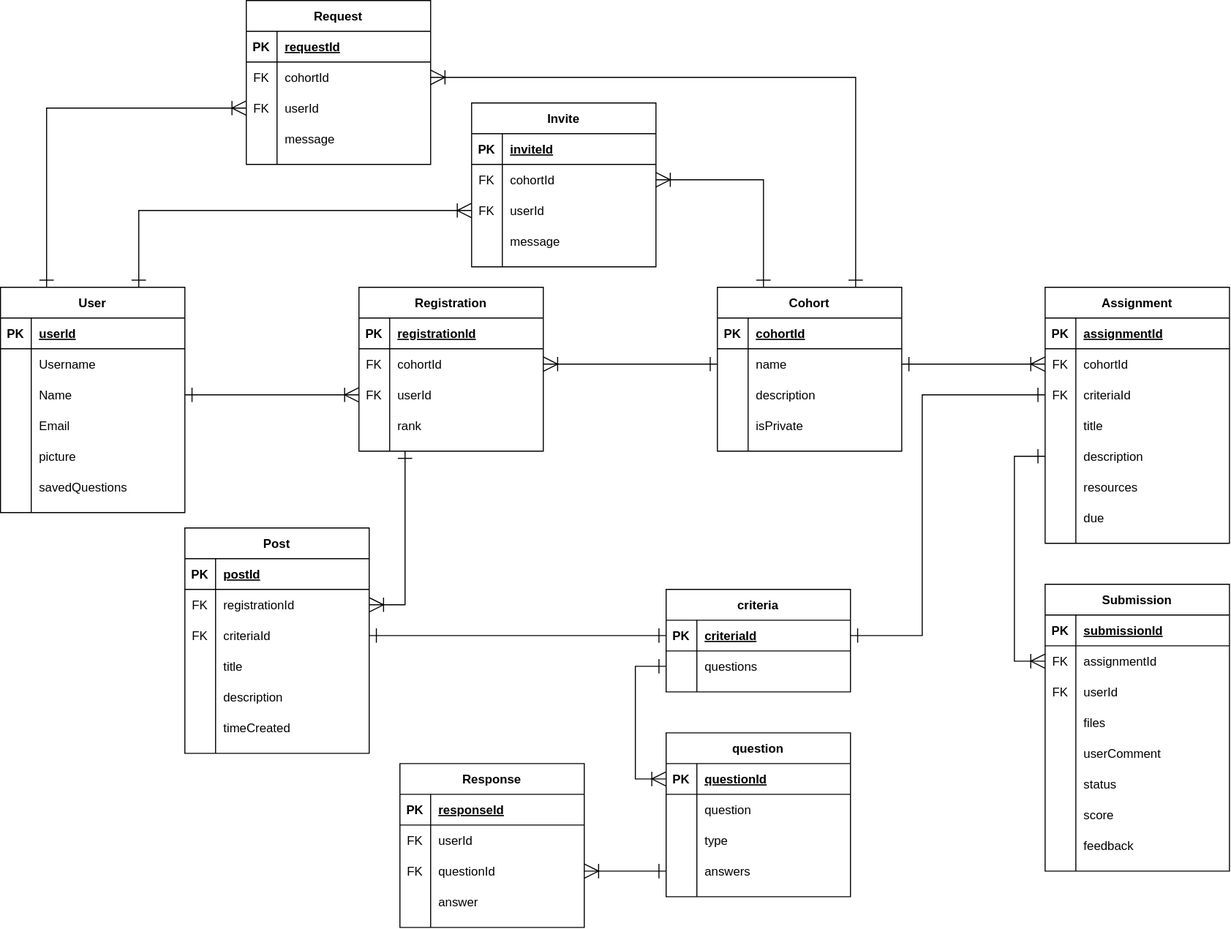
Above: docs/images/DB_v2.svg in UP940148/peer-review-system (draw.io), before the change. Source tidied: cells renumbered, new cells last; positions are measured from the earlier drawing's top-left corner, leaving out a move shared by most shapes.
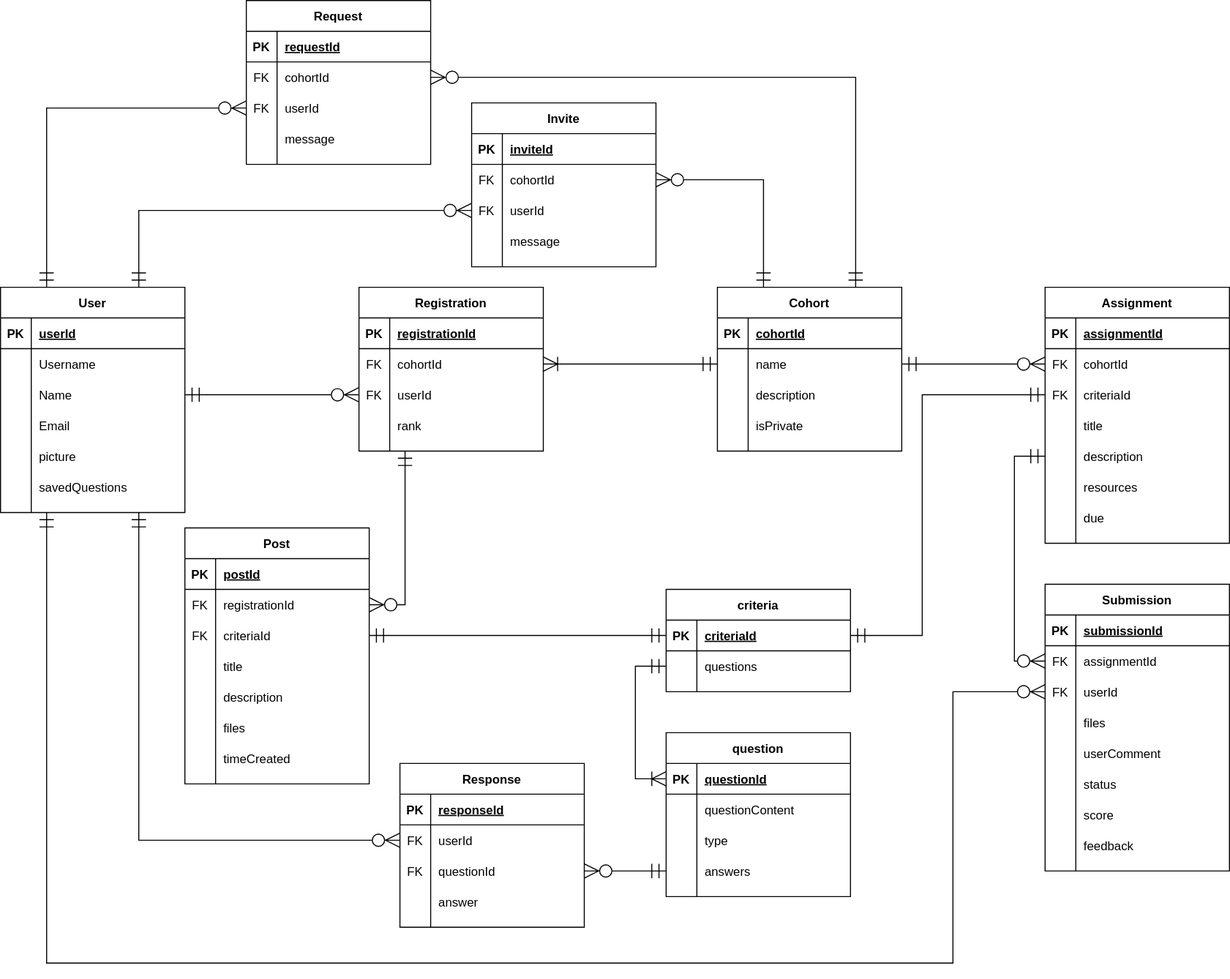
The same file after the commit.

What changed in the source:
```diff
@@ -99,7 +99,7 @@
       <mxGeometry x="30" width="150" height="30" as="geometry" />
     </mxCell>
     <mxCell id="34" value="Post" style="shape=table;startSize=30;rowLines=0;fontStyle=1;align=center;" parent="1" vertex="1">
-      <mxGeometry x="180" y="515" width="180" height="220" as="geometry" />
+      <mxGeometry x="180" y="515" width="180" height="250" as="geometry" />
     </mxCell>
     <mxCell id="35" style="shape=partialRectangle;fillColor=none;top=0;left=0;bottom=1;right=0;" parent="34" vertex="1">
       <mxGeometry y="30" width="180" height="30" as="geometry" />
@@ -146,8 +146,17 @@
     <mxCell id="49" value="description" style="shape=partialRectangle;fillColor=none;top=0;left=0;bottom=0;right=0;align=left;spacingLeft=6;overflow=hidden;" parent="47" vertex="1">
       <mxGeometry x="30" width="150" height="30" as="geometry" />
     </mxCell>
+    <mxCell id="185" style="shape=partialRectangle;fillColor=none;top=0;left=0;bottom=0;right=0;" parent="34" vertex="1">
+      <mxGeometry y="180" width="180" height="30" as="geometry" />
+    </mxCell>
+    <mxCell id="186" style="shape=partialRectangle;fillColor=none;top=0;left=0;bottom=0;right=0;overflow=hidden;" parent="185" vertex="1">
+      <mxGeometry width="30" height="30" as="geometry" />
+    </mxCell>
+    <mxCell id="187" value="files" style="shape=partialRectangle;fillColor=none;top=0;left=0;bottom=0;right=0;align=left;spacingLeft=6;overflow=hidden;" parent="185" vertex="1">
+      <mxGeometry x="30" width="150" height="30" as="geometry" />
+    </mxCell>
     <mxCell id="50" style="shape=partialRectangle;fillColor=none;top=0;left=0;bottom=0;right=0;" parent="34" vertex="1">
-      <mxGeometry y="180" width="180" height="30" as="geometry" />
+      <mxGeometry y="210" width="180" height="30" as="geometry" />
     </mxCell>
     <mxCell id="51" style="shape=partialRectangle;fillColor=none;top=0;left=0;bottom=0;right=0;overflow=hidden;" parent="50" vertex="1">
       <mxGeometry width="30" height="30" as="geometry" />
@@ -452,7 +461,7 @@
     <mxCell id="151" style="shape=partialRectangle;fillColor=none;top=0;left=0;bottom=0;right=0;overflow=hidden;" parent="150" vertex="1">
       <mxGeometry width="30" height="30" as="geometry" />
     </mxCell>
-    <mxCell id="152" value="question" style="shape=partialRectangle;fillColor=none;top=0;left=0;bottom=0;right=0;align=left;spacingLeft=6;overflow=hidden;" parent="150" vertex="1">
+    <mxCell id="152" value="questionContent" style="shape=partialRectangle;fillColor=none;top=0;left=0;bottom=0;right=0;align=left;spacingLeft=6;overflow=hidden;" parent="150" vertex="1">
       <mxGeometry x="30" width="150" height="30" as="geometry" />
     </mxCell>
     <mxCell id="153" style="shape=partialRectangle;fillColor=none;top=0;left=0;bottom=0;right=0;" parent="146" vertex="1">
@@ -512,43 +521,43 @@
     <mxCell id="171" value="answer" style="shape=partialRectangle;fillColor=none;top=0;left=0;bottom=0;right=0;align=left;spacingLeft=6;overflow=hidden;" parent="169" vertex="1">
       <mxGeometry x="30" width="150" height="30" as="geometry" />
     </mxCell>
-    <mxCell id="172" style="edgeStyle=orthogonalEdgeStyle;rounded=0;jettySize=auto;html=1;exitX=1;exitY=0.5;exitDx=0;exitDy=0;entryX=0;entryY=0.5;entryDx=0;entryDy=0;endArrow=ERone;endFill=0;startArrow=ERoneToMany;startFill=0;endSize=12;startSize=12;" parent="1" edge="1" source="79" target="25">
+    <mxCell id="172" style="edgeStyle=orthogonalEdgeStyle;rounded=0;jettySize=auto;html=1;exitX=1;exitY=0.5;exitDx=0;exitDy=0;entryX=0;entryY=0.5;entryDx=0;entryDy=0;endArrow=ERmandOne;endFill=0;startArrow=ERoneToMany;startFill=0;endSize=12;startSize=12;" parent="1" edge="1" source="79" target="25">
       <mxGeometry relative="1" as="geometry" />
     </mxCell>
-    <mxCell id="173" style="edgeStyle=orthogonalEdgeStyle;rounded=0;jettySize=auto;html=1;exitX=0;exitY=0.5;exitDx=0;exitDy=0;entryX=1;entryY=0.5;entryDx=0;entryDy=0;startArrow=ERoneToMany;startFill=0;endArrow=ERone;endFill=0;startSize=12;endSize=12;" parent="1" edge="1" source="82" target="9">
+    <mxCell id="173" style="edgeStyle=orthogonalEdgeStyle;rounded=0;jettySize=auto;html=1;exitX=0;exitY=0.5;exitDx=0;exitDy=0;entryX=1;entryY=0.5;entryDx=0;entryDy=0;startArrow=ERzeroToMany;startFill=1;endArrow=ERmandOne;endFill=0;startSize=12;endSize=12;" parent="1" edge="1" source="82" target="9">
       <mxGeometry relative="1" as="geometry" />
     </mxCell>
-    <mxCell id="174" style="edgeStyle=orthogonalEdgeStyle;rounded=0;jettySize=auto;html=1;exitX=0;exitY=0.5;exitDx=0;exitDy=0;entryX=1;entryY=0.5;entryDx=0;entryDy=0;startArrow=ERoneToMany;startFill=0;endArrow=ERone;endFill=0;startSize=12;endSize=12;" parent="1" edge="1" source="57" target="25">
+    <mxCell id="174" style="edgeStyle=orthogonalEdgeStyle;rounded=0;jettySize=auto;html=1;exitX=0;exitY=0.5;exitDx=0;exitDy=0;entryX=1;entryY=0.5;entryDx=0;entryDy=0;startArrow=ERzeroToMany;startFill=1;endArrow=ERmandOne;endFill=0;startSize=12;endSize=12;" parent="1" edge="1" source="57" target="25">
       <mxGeometry relative="1" as="geometry" />
     </mxCell>
-    <mxCell id="175" style="edgeStyle=orthogonalEdgeStyle;rounded=0;jettySize=auto;html=1;exitX=1;exitY=0.5;exitDx=0;exitDy=0;entryX=0.25;entryY=1;entryDx=0;entryDy=0;startArrow=ERoneToMany;startFill=0;endArrow=ERone;endFill=0;startSize=12;endSize=12;" parent="1" edge="1" source="38" target="75">
+    <mxCell id="175" style="edgeStyle=orthogonalEdgeStyle;rounded=0;jettySize=auto;html=1;exitX=1;exitY=0.5;exitDx=0;exitDy=0;entryX=0.25;entryY=1;entryDx=0;entryDy=0;startArrow=ERzeroToMany;startFill=1;endArrow=ERmandOne;endFill=0;startSize=12;endSize=12;" parent="1" edge="1" source="38" target="75">
       <mxGeometry relative="1" as="geometry" />
     </mxCell>
-    <mxCell id="176" style="edgeStyle=orthogonalEdgeStyle;rounded=0;jettySize=auto;html=1;exitX=0;exitY=0.5;exitDx=0;exitDy=0;entryX=0;entryY=0.5;entryDx=0;entryDy=0;startArrow=ERoneToMany;startFill=0;endArrow=ERone;endFill=0;startSize=12;endSize=12;" parent="1" edge="1" source="118" target="66">
+    <mxCell id="176" style="edgeStyle=orthogonalEdgeStyle;rounded=0;jettySize=auto;html=1;exitX=0;exitY=0.5;exitDx=0;exitDy=0;entryX=0;entryY=0.5;entryDx=0;entryDy=0;startArrow=ERzeroToMany;startFill=1;endArrow=ERmandOne;endFill=0;startSize=12;endSize=12;" parent="1" edge="1" source="118" target="66">
       <mxGeometry relative="1" as="geometry" />
     </mxCell>
-    <mxCell id="177" style="edgeStyle=orthogonalEdgeStyle;rounded=0;jettySize=auto;html=1;exitX=1;exitY=0.5;exitDx=0;exitDy=0;entryX=0.25;entryY=0;entryDx=0;entryDy=0;startArrow=ERoneToMany;startFill=0;endArrow=ERone;endFill=0;startSize=12;endSize=12;" parent="1" edge="1" source="105" target="21">
+    <mxCell id="177" style="edgeStyle=orthogonalEdgeStyle;rounded=0;jettySize=auto;html=1;exitX=1;exitY=0.5;exitDx=0;exitDy=0;entryX=0.25;entryY=0;entryDx=0;entryDy=0;startArrow=ERzeroToMany;startFill=1;endArrow=ERmandOne;endFill=0;startSize=12;endSize=12;" parent="1" edge="1" source="105" target="21">
       <mxGeometry relative="1" as="geometry" />
     </mxCell>
-    <mxCell id="178" style="edgeStyle=orthogonalEdgeStyle;rounded=0;jettySize=auto;html=1;exitX=0;exitY=0.5;exitDx=0;exitDy=0;entryX=0.75;entryY=0;entryDx=0;entryDy=0;startArrow=ERoneToMany;startFill=0;endArrow=ERone;endFill=0;startSize=12;endSize=12;" parent="1" edge="1" source="108" target="2">
+    <mxCell id="178" style="edgeStyle=orthogonalEdgeStyle;rounded=0;jettySize=auto;html=1;exitX=0;exitY=0.5;exitDx=0;exitDy=0;entryX=0.75;entryY=0;entryDx=0;entryDy=0;startArrow=ERzeroToMany;startFill=1;endArrow=ERmandOne;endFill=0;startSize=12;endSize=12;" parent="1" edge="1" source="108" target="2">
       <mxGeometry relative="1" as="geometry" />
     </mxCell>
-    <mxCell id="179" style="edgeStyle=orthogonalEdgeStyle;rounded=0;jettySize=auto;html=1;exitX=0;exitY=0.5;exitDx=0;exitDy=0;entryX=0.25;entryY=0;entryDx=0;entryDy=0;startArrow=ERoneToMany;startFill=0;endArrow=ERone;endFill=0;startSize=12;endSize=12;" parent="1" edge="1" source="95" target="2">
+    <mxCell id="179" style="edgeStyle=orthogonalEdgeStyle;rounded=0;jettySize=auto;html=1;exitX=0;exitY=0.5;exitDx=0;exitDy=0;entryX=0.25;entryY=0;entryDx=0;entryDy=0;startArrow=ERzeroToMany;startFill=1;endArrow=ERmandOne;endFill=0;startSize=12;endSize=12;" parent="1" edge="1" source="95" target="2">
       <mxGeometry relative="1" as="geometry" />
     </mxCell>
-    <mxCell id="180" style="edgeStyle=orthogonalEdgeStyle;rounded=0;jettySize=auto;html=1;exitX=1;exitY=0.5;exitDx=0;exitDy=0;entryX=0.75;entryY=0;entryDx=0;entryDy=0;startArrow=ERoneToMany;startFill=0;endArrow=ERone;endFill=0;startSize=12;endSize=12;" parent="1" edge="1" source="92" target="21">
+    <mxCell id="180" style="edgeStyle=orthogonalEdgeStyle;rounded=0;jettySize=auto;html=1;exitX=1;exitY=0.5;exitDx=0;exitDy=0;entryX=0.75;entryY=0;entryDx=0;entryDy=0;startArrow=ERzeroToMany;startFill=1;endArrow=ERmandOne;endFill=0;startSize=12;endSize=12;" parent="1" edge="1" source="92" target="21">
       <mxGeometry relative="1" as="geometry" />
     </mxCell>
-    <mxCell id="181" style="edgeStyle=orthogonalEdgeStyle;rounded=0;jettySize=auto;html=1;exitX=1;exitY=0.5;exitDx=0;exitDy=0;entryX=0;entryY=0.5;entryDx=0;entryDy=0;startArrow=ERoneToMany;startFill=0;endArrow=ERone;endFill=0;startSize=12;endSize=12;" parent="1" edge="1" source="166" target="156">
+    <mxCell id="181" style="edgeStyle=orthogonalEdgeStyle;rounded=0;jettySize=auto;html=1;exitX=1;exitY=0.5;exitDx=0;exitDy=0;entryX=0;entryY=0.5;entryDx=0;entryDy=0;startArrow=ERzeroToMany;startFill=1;endArrow=ERmandOne;endFill=0;startSize=12;endSize=12;" parent="1" edge="1" source="166" target="156">
       <mxGeometry relative="1" as="geometry" />
     </mxCell>
-    <mxCell id="182" style="edgeStyle=orthogonalEdgeStyle;rounded=0;jettySize=auto;html=1;exitX=0;exitY=0.5;exitDx=0;exitDy=0;entryX=0;entryY=0.5;entryDx=0;entryDy=0;startArrow=ERoneToMany;startFill=0;endArrow=ERone;endFill=0;startSize=12;endSize=12;" parent="1" edge="1" source="147" target="143">
+    <mxCell id="182" style="edgeStyle=orthogonalEdgeStyle;rounded=0;jettySize=auto;html=1;exitX=0;exitY=0.5;exitDx=0;exitDy=0;entryX=0;entryY=0.5;entryDx=0;entryDy=0;startArrow=ERoneToMany;startFill=0;endArrow=ERmandOne;endFill=0;startSize=12;endSize=12;" parent="1" edge="1" source="147" target="143">
       <mxGeometry relative="1" as="geometry" />
     </mxCell>
-    <mxCell id="183" style="edgeStyle=orthogonalEdgeStyle;rounded=0;jettySize=auto;html=1;exitX=1;exitY=0.5;exitDx=0;exitDy=0;entryX=0;entryY=0.5;entryDx=0;entryDy=0;startArrow=ERone;startFill=0;endArrow=ERone;endFill=0;startSize=12;endSize=12;" parent="1" edge="1" source="41" target="140">
+    <mxCell id="183" style="edgeStyle=orthogonalEdgeStyle;rounded=0;jettySize=auto;html=1;exitX=1;exitY=0.5;exitDx=0;exitDy=0;entryX=0;entryY=0.5;entryDx=0;entryDy=0;startArrow=ERmandOne;startFill=0;endArrow=ERmandOne;endFill=0;startSize=12;endSize=12;" parent="1" edge="1" source="41" target="140">
       <mxGeometry relative="1" as="geometry" />
     </mxCell>
-    <mxCell id="184" style="edgeStyle=orthogonalEdgeStyle;rounded=0;jettySize=auto;html=1;exitX=0;exitY=0.5;exitDx=0;exitDy=0;startArrow=ERone;startFill=0;endArrow=ERone;endFill=0;startSize=12;endSize=12;entryX=1;entryY=0.5;entryDx=0;entryDy=0;" parent="1" edge="1" source="60" target="140">
+    <mxCell id="184" style="edgeStyle=orthogonalEdgeStyle;rounded=0;jettySize=auto;html=1;exitX=0;exitY=0.5;exitDx=0;exitDy=0;startArrow=ERmandOne;startFill=0;endArrow=ERmandOne;endFill=0;startSize=12;endSize=12;entryX=1;entryY=0.5;entryDx=0;entryDy=0;" parent="1" edge="1" source="60" target="140">
       <mxGeometry relative="1" as="geometry">
         <Array as="points">
           <mxPoint x="900" y="385" />
@@ -556,5 +565,17 @@
         </Array>
       </mxGeometry>
     </mxCell>
+    <mxCell id="188" style="edgeStyle=orthogonalEdgeStyle;rounded=0;jettySize=auto;html=1;exitX=0;exitY=0.5;exitDx=0;exitDy=0;entryX=0.75;entryY=1;entryDx=0;entryDy=0;startArrow=ERzeroToMany;startFill=1;endArrow=ERmandOne;endFill=0;endSize=12;startSize=12;" parent="1" edge="1" source="163" target="2">
+      <mxGeometry relative="1" as="geometry" />
+    </mxCell>
+    <mxCell id="189" style="edgeStyle=orthogonalEdgeStyle;rounded=0;jettySize=auto;html=1;exitX=0;exitY=0.5;exitDx=0;exitDy=0;entryX=0.25;entryY=1;entryDx=0;entryDy=0;startArrow=ERzeroToMany;startFill=1;endArrow=ERmandOne;endFill=0;startSize=12;endSize=12;" parent="1" edge="1" source="121" target="2">
+      <mxGeometry relative="1" as="geometry">
+        <Array as="points">
+          <mxPoint x="930" y="675" />
+          <mxPoint x="930" y="940" />
+          <mxPoint x="45" y="940" />
+        </Array>
+      </mxGeometry>
+    </mxCell>
   </root>
 </mxGraphModel>
```
